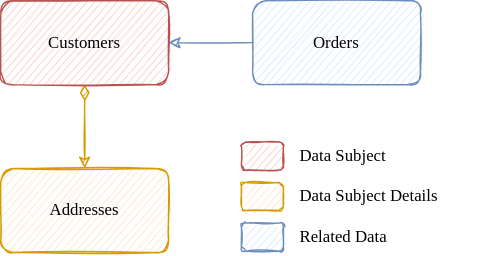
Before: guides/data-privacy/assets/Data-Subjects.drawio.svg, a diagram exported from draw.io (cap-js/docs). Source tidied: cells renumbered, new cells last; positions are measured from the earlier drawing's top-left corner, leaving out a move shared by most shapes.
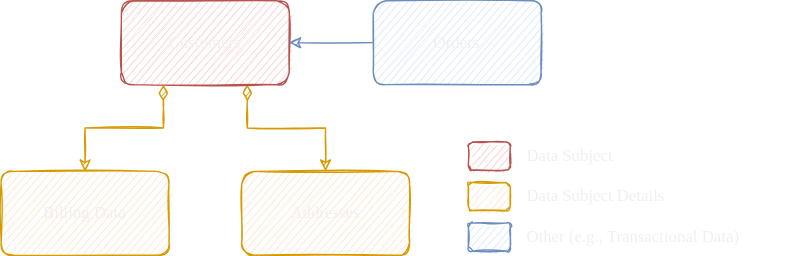
The same diagram one commit later.

The edit, as a diff of the source:
```diff
@@ -2,7 +2,7 @@
   <root>
     <mxCell id="0" />
     <mxCell id="1" parent="0" />
-    <mxCell id="2" style="edgeStyle=orthogonalEdgeStyle;rounded=0;jettySize=auto;html=1;startArrow=diamondThin;startFill=1;sketch=1;strokeWidth=1;fillColor=#ffe6cc;strokeColor=#d79b00;targetPerimeterSpacing=0;sourcePerimeterSpacing=0;startSize=9;fontFamily=Chalkboard, &quot;Comic Sans MS&quot;;" parent="1" edge="1" source="3" target="5">
+    <mxCell id="2" style="edgeStyle=orthogonalEdgeStyle;rounded=0;jettySize=auto;html=1;startArrow=diamondThin;startFill=1;sketch=1;strokeWidth=1;fillColor=#ffe6cc;strokeColor=#d79b00;targetPerimeterSpacing=0;sourcePerimeterSpacing=0;startSize=9;fontFamily=Chalkboard, &quot;Comic Sans MS&quot;;exitX=0.75;exitY=1;exitDx=0;exitDy=0;" parent="1" edge="1" source="3" target="5">
       <mxGeometry relative="1" as="geometry" />
     </mxCell>
     <mxCell id="3" value="Customers" style="rounded=1;whiteSpace=wrap;html=1;sketch=1;fontFamily=Chalkboard, &quot;Comic Sans MS&quot;;strokeWidth=1;fillColor=#f8cecc;strokeColor=#b85450;" parent="1" vertex="1">
@@ -12,13 +12,13 @@
       <mxGeometry relative="1" as="geometry" />
     </mxCell>
     <mxCell id="5" value="Addresses" style="rounded=1;whiteSpace=wrap;html=1;sketch=1;fontFamily=Chalkboard, &quot;Comic Sans MS&quot;;strokeWidth=1;fillColor=#ffe6cc;strokeColor=#d79b00;" parent="1" vertex="1">
-      <mxGeometry y="120" width="120" height="60" as="geometry" />
+      <mxGeometry x="86" y="122" width="120" height="60" as="geometry" />
     </mxCell>
     <mxCell id="6" value="Orders" style="rounded=1;whiteSpace=wrap;html=1;sketch=1;fontFamily=Chalkboard, &quot;Comic Sans MS&quot;;strokeWidth=1;fillColor=#dae8fc;strokeColor=#6c8ebf;" parent="1" vertex="1">
       <mxGeometry x="180" width="120" height="60" as="geometry" />
     </mxCell>
     <mxCell id="7" style="group;sketch=1;fontFamily=Chalkboard, &quot;Comic Sans MS&quot;;" parent="1" vertex="1">
-      <mxGeometry x="172" y="101" width="129" height="23" as="geometry" />
+      <mxGeometry x="248" y="101" width="129" height="23" as="geometry" />
     </mxCell>
     <mxCell id="8" style="rounded=1;whiteSpace=wrap;html=1;sketch=1;fontFamily=Chalkboard, &quot;Comic Sans MS&quot;;strokeWidth=1;fillColor=#f8cecc;strokeColor=#b85450;" parent="7" vertex="1">
       <mxGeometry width="30" height="20" as="geometry" />
@@ -27,7 +27,7 @@
       <mxGeometry x="40" y="-3" width="89" height="26" as="geometry" />
     </mxCell>
     <mxCell id="10" style="group;sketch=1;fontFamily=Chalkboard, &quot;Comic Sans MS&quot;;" parent="1" vertex="1">
-      <mxGeometry x="172" y="130" width="170" height="23" as="geometry" />
+      <mxGeometry x="248" y="130" width="170" height="23" as="geometry" />
     </mxCell>
     <mxCell id="11" style="rounded=1;whiteSpace=wrap;html=1;sketch=1;fontFamily=Chalkboard, &quot;Comic Sans MS&quot;;strokeWidth=1;fillColor=#ffe6cc;strokeColor=#d79b00;" parent="10" vertex="1">
       <mxGeometry width="30" height="20" as="geometry" />
@@ -36,13 +36,19 @@
       <mxGeometry x="40" y="-3" width="130" height="26" as="geometry" />
     </mxCell>
     <mxCell id="13" style="group;sketch=1;fontFamily=Chalkboard, &quot;Comic Sans MS&quot;;" parent="1" vertex="1">
-      <mxGeometry x="172" y="159" width="127" height="23" as="geometry" />
+      <mxGeometry x="248" y="159" width="227" height="23" as="geometry" />
     </mxCell>
     <mxCell id="14" style="rounded=1;whiteSpace=wrap;html=1;sketch=1;fontFamily=Chalkboard, &quot;Comic Sans MS&quot;;strokeWidth=1;fillColor=#dae8fc;strokeColor=#6c8ebf;" parent="13" vertex="1">
       <mxGeometry width="30" height="20" as="geometry" />
     </mxCell>
-    <mxCell id="15" value="Related Data" style="text;html=1;align=left;verticalAlign=middle;strokeColor=none;fillColor=none;sketch=1;fontFamily=Chalkboard, &quot;Comic Sans MS&quot;;" parent="13" vertex="1">
-      <mxGeometry x="40" y="-3" width="87" height="26" as="geometry" />
+    <mxCell id="15" value="Other (e.g., Transactional Data&lt;span style=&quot;background-color: initial;&quot;&gt;)&lt;/span&gt;" style="text;html=1;align=left;verticalAlign=middle;strokeColor=none;fillColor=none;sketch=1;fontFamily=Chalkboard, &quot;Comic Sans MS&quot;;" parent="13" vertex="1">
+      <mxGeometry x="40" y="-3" width="187" height="26" as="geometry" />
     </mxCell>
+    <mxCell id="16" value="Billing Data" style="rounded=1;whiteSpace=wrap;html=1;sketch=1;fontFamily=Chalkboard, &quot;Comic Sans MS&quot;;strokeWidth=1;fillColor=#ffe6cc;strokeColor=#d79b00;" parent="1" vertex="1">
+      <mxGeometry x="-86" y="122" width="120" height="60" as="geometry" />
+    </mxCell>
+    <mxCell id="17" style="edgeStyle=orthogonalEdgeStyle;rounded=0;jettySize=auto;html=1;startArrow=diamondThin;startFill=1;sketch=1;strokeWidth=1;fillColor=#ffe6cc;strokeColor=#d79b00;targetPerimeterSpacing=0;sourcePerimeterSpacing=0;startSize=9;fontFamily=Chalkboard, &quot;Comic Sans MS&quot;;exitX=0.25;exitY=1;exitDx=0;exitDy=0;entryX=0.5;entryY=0;entryDx=0;entryDy=0;" parent="1" edge="1" source="3" target="16">
+      <mxGeometry relative="1" as="geometry" />
+    </mxCell>
   </root>
 </mxGraphModel>
```
